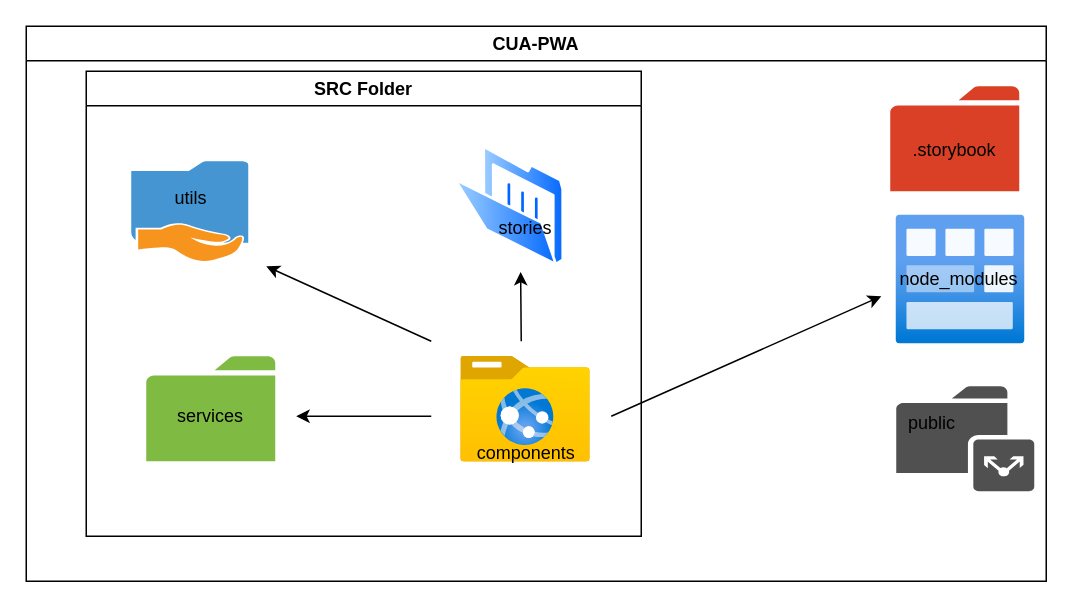
The draw.io diagram image/react-structuration.drawio in vetsonombana/diagram, before the edit. Source tidied: cells renumbered, new cells numbered last; positions are measured from the earlier drawing's top-left corner, leaving out a move shared by most shapes. Both pictures are drawn from the tidied source at 150%, with x=0, y=0 at pixel (26, 26).
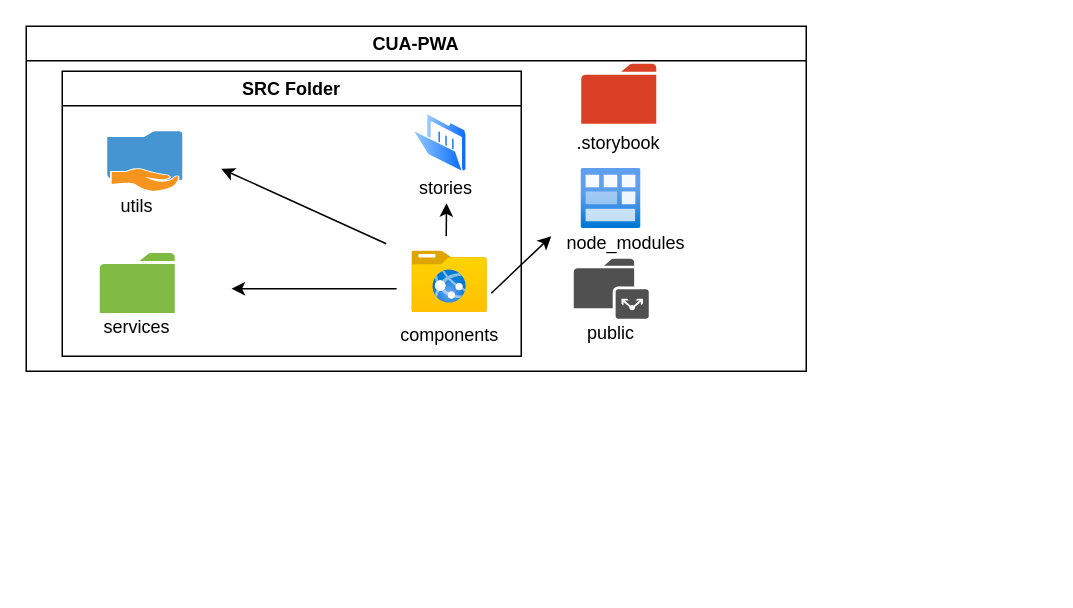
After the change.

The edit, as a diff of the source:
```diff
@@
     <mxCell id="2" value="CUA-PWA" style="swimlane;" parent="1" vertex="1">
-      <mxGeometry width="680" height="370" as="geometry" />
+      <mxGeometry width="520" height="230" as="geometry" />
     </mxCell>
     <mxCell id="3" style="shadow=0;dashed=0;html=1;strokeColor=none;fillColor=#505050;labelPosition=center;verticalLabelPosition=bottom;verticalAlign=top;align=center;shape=mxgraph.office.concepts.folder_public;" parent="2" vertex="1">
-      <mxGeometry x="580" y="240" width="92" height="70" as="geometry" />
+      <mxGeometry x="365" y="155" width="50" height="40" as="geometry" />
     </mxCell>
     <mxCell id="4" style="html=1;align=center;image;fontSize=12;image=img/lib/azure2/general/Module.svg;" parent="2" vertex="1">
-      <mxGeometry x="580" y="126" width="86" height="86" as="geometry" />
+      <mxGeometry x="370" y="95" width="40" height="40" as="geometry" />
     </mxCell>
     <mxCell id="5" value="node_modules&lt;br&gt;" style="text;html=1;strokeColor=none;fillColor=none;align=center;verticalAlign=middle;whiteSpace=wrap;rounded=0;" parent="2" vertex="1">
-      <mxGeometry x="602" y="159" width="40" height="20" as="geometry" />
+      <mxGeometry x="380" y="135" width="40" height="20" as="geometry" />
     </mxCell>
     <mxCell id="6" value="public&lt;br&gt;" style="text;html=1;strokeColor=none;fillColor=none;align=center;verticalAlign=middle;whiteSpace=wrap;rounded=0;" parent="2" vertex="1">
-      <mxGeometry x="584" y="255" width="40" height="20" as="geometry" />
+      <mxGeometry x="370" y="195" width="40" height="20" as="geometry" />
     </mxCell>
     <mxCell id="7" value="SRC Folder" style="swimlane;" parent="2" vertex="1">
-      <mxGeometry x="40" y="30" width="370" height="310" as="geometry" />
+      <mxGeometry x="24" y="30" width="306" height="190" as="geometry" />
     </mxCell>
     <mxCell id="8" style="html=1;align=center;image;fontSize=12;image=img/lib/azure2/general/Folder_Website.svg;" parent="7" vertex="1">
-      <mxGeometry x="250" y="190" width="86" height="70.8" as="geometry" />
+      <mxGeometry x="233.4" y="120" width="50" height="41.2" as="geometry" />
     </mxCell>
     <mxCell id="9" style="perimeter=ellipsePerimeter;html=1;align=center;shadow=0;dashed=0;spacingTop=3;image;image=img/lib/active_directory/folder_open.svg;" parent="7" vertex="1">
-      <mxGeometry x="245.5" y="50" width="73.6" height="80" as="geometry" />
+      <mxGeometry x="233.4" y="28" width="36.8" height="40" as="geometry" />
     </mxCell>
     <mxCell id="10" style="shadow=0;dashed=0;html=1;strokeColor=none;labelPosition=center;verticalLabelPosition=bottom;verticalAlign=top;align=center;shape=mxgraph.office.concepts.folder;fillColor=#7FBA42;" parent="7" vertex="1">
-      <mxGeometry x="40" y="190" width="86" height="70" as="geometry" />
+      <mxGeometry x="25" y="121.2" width="50" height="40" as="geometry" />
     </mxCell>
     <mxCell id="11" value="stories&lt;br&gt;" style="text;html=1;strokeColor=none;fillColor=none;align=center;verticalAlign=middle;whiteSpace=wrap;rounded=0;" parent="7" vertex="1">
-      <mxGeometry x="270.2" y="95" width="45.5" height="20" as="geometry" />
+      <mxGeometry x="233.4" y="68" width="45.5" height="20" as="geometry" />
     </mxCell>
     <mxCell id="12" value="components" style="text;html=1;strokeColor=none;fillColor=none;align=center;verticalAlign=middle;whiteSpace=wrap;rounded=0;" parent="7" vertex="1">
-      <mxGeometry x="257.5" y="240" width="71" height="30" as="geometry" />
+      <mxGeometry x="222.9" y="161.2" width="71" height="30" as="geometry" />
     </mxCell>
     <mxCell id="13" value="services" style="text;html=1;strokeColor=none;fillColor=none;align=center;verticalAlign=middle;whiteSpace=wrap;rounded=0;" parent="7" vertex="1">
-      <mxGeometry x="63" y="220" width="40" height="20" as="geometry" />
+      <mxGeometry x="30" y="161.2" width="40" height="20" as="geometry" />
     </mxCell>
+    <mxCell id="16" style="shadow=0;dashed=0;html=1;strokeColor=none;fillColor=#4495D1;labelPosition=center;verticalLabelPosition=bottom;verticalAlign=top;align=center;shape=mxgraph.veeam.shared_folder;" parent="7" vertex="1">
+      <mxGeometry x="30" y="40" width="50" height="40" as="geometry" />
+    </mxCell>
+    <mxCell id="17" value="utils" style="text;html=1;strokeColor=none;fillColor=none;align=center;verticalAlign=middle;whiteSpace=wrap;rounded=0;" parent="7" vertex="1">
+      <mxGeometry x="30" y="80" width="40" height="20" as="geometry" />
+    </mxCell>
+    <mxCell id="21" style="endArrow=classic;html=1;" parent="7" edge="1">
+      <mxGeometry relative="1" as="geometry">
+        <mxPoint x="216" y="115" as="sourcePoint" />
+        <mxPoint x="106" y="65" as="targetPoint" />
+      </mxGeometry>
+    </mxCell>
+    <mxCell id="18" style="endArrow=classic;html=1;" parent="7" edge="1">
+      <mxGeometry relative="1" as="geometry">
+        <mxPoint x="286" y="148" as="sourcePoint" />
+        <mxPoint x="326" y="110" as="targetPoint" />
+      </mxGeometry>
+    </mxCell>
+    <mxCell id="19" style="endArrow=classic;html=1;" parent="7" edge="1">
+      <mxGeometry relative="1" as="geometry">
+        <mxPoint x="222.9" y="145" as="sourcePoint" />
+        <mxPoint x="112.9" y="145" as="targetPoint" />
+      </mxGeometry>
+    </mxCell>
     <mxCell id="14" style="shadow=0;dashed=0;html=1;strokeColor=none;labelPosition=center;verticalLabelPosition=bottom;verticalAlign=top;align=center;shape=mxgraph.office.concepts.folder;fillColor=#DA4026;" parent="2" vertex="1">
-      <mxGeometry x="576" y="40" width="86" height="70" as="geometry" />
+      <mxGeometry x="370" y="25" width="50" height="40" as="geometry" />
     </mxCell>
     <mxCell id="15" value=".storybook" style="text;html=1;strokeColor=none;fillColor=none;align=center;verticalAlign=middle;whiteSpace=wrap;rounded=0;" parent="2" vertex="1">
-      <mxGeometry x="576" y="70" width="86" height="25" as="geometry" />
+      <mxGeometry x="352" y="65" width="86" height="25" as="geometry" />
     </mxCell>
-    <mxCell id="16" style="shadow=0;dashed=0;html=1;strokeColor=none;fillColor=#4495D1;labelPosition=center;verticalLabelPosition=bottom;verticalAlign=top;align=center;shape=mxgraph.veeam.shared_folder;" parent="1" vertex="1">
-      <mxGeometry x="70" y="90" width="78" height="67" as="geometry" />
-    </mxCell>
-    <mxCell id="17" value="utils" style="text;html=1;strokeColor=none;fillColor=none;align=center;verticalAlign=middle;whiteSpace=wrap;rounded=0;" parent="1" vertex="1">
-      <mxGeometry x="90" y="105" width="40" height="20" as="geometry" />
-    </mxCell>
-    <mxCell id="18" style="endArrow=classic;html=1;" parent="1" edge="1">
-      <mxGeometry relative="1" as="geometry">
-        <mxPoint x="390" y="260" as="sourcePoint" />
-        <mxPoint x="570" y="180" as="targetPoint" />
-      </mxGeometry>
-    </mxCell>
-    <mxCell id="19" style="endArrow=classic;html=1;" parent="1" edge="1">
-      <mxGeometry relative="1" as="geometry">
-        <mxPoint x="270" y="260" as="sourcePoint" />
-        <mxPoint x="180" y="260" as="targetPoint" />
-      </mxGeometry>
-    </mxCell>
-    <mxCell id="20" style="endArrow=classic;html=1;entryX=0.599;entryY=1.047;entryDx=0;entryDy=0;entryPerimeter=0;" parent="1" edge="1" target="9">
+    <mxCell id="20" style="endArrow=classic;html=1;entryX=0.5;entryY=1;entryDx=0;entryDy=0;" parent="1" edge="1" target="11">
       <mxGeometry relative="1" as="geometry">
-        <mxPoint x="330" y="210" as="sourcePoint" />
+        <mxPoint x="280" y="140" as="sourcePoint" />
       </mxGeometry>
     </mxCell>
-    <mxCell id="21" style="endArrow=classic;html=1;" parent="1" edge="1">
-      <mxGeometry relative="1" as="geometry">
-        <mxPoint x="270" y="210" as="sourcePoint" />
-        <mxPoint x="160" y="160" as="targetPoint" />
-      </mxGeometry>
-    </mxCell>
```
